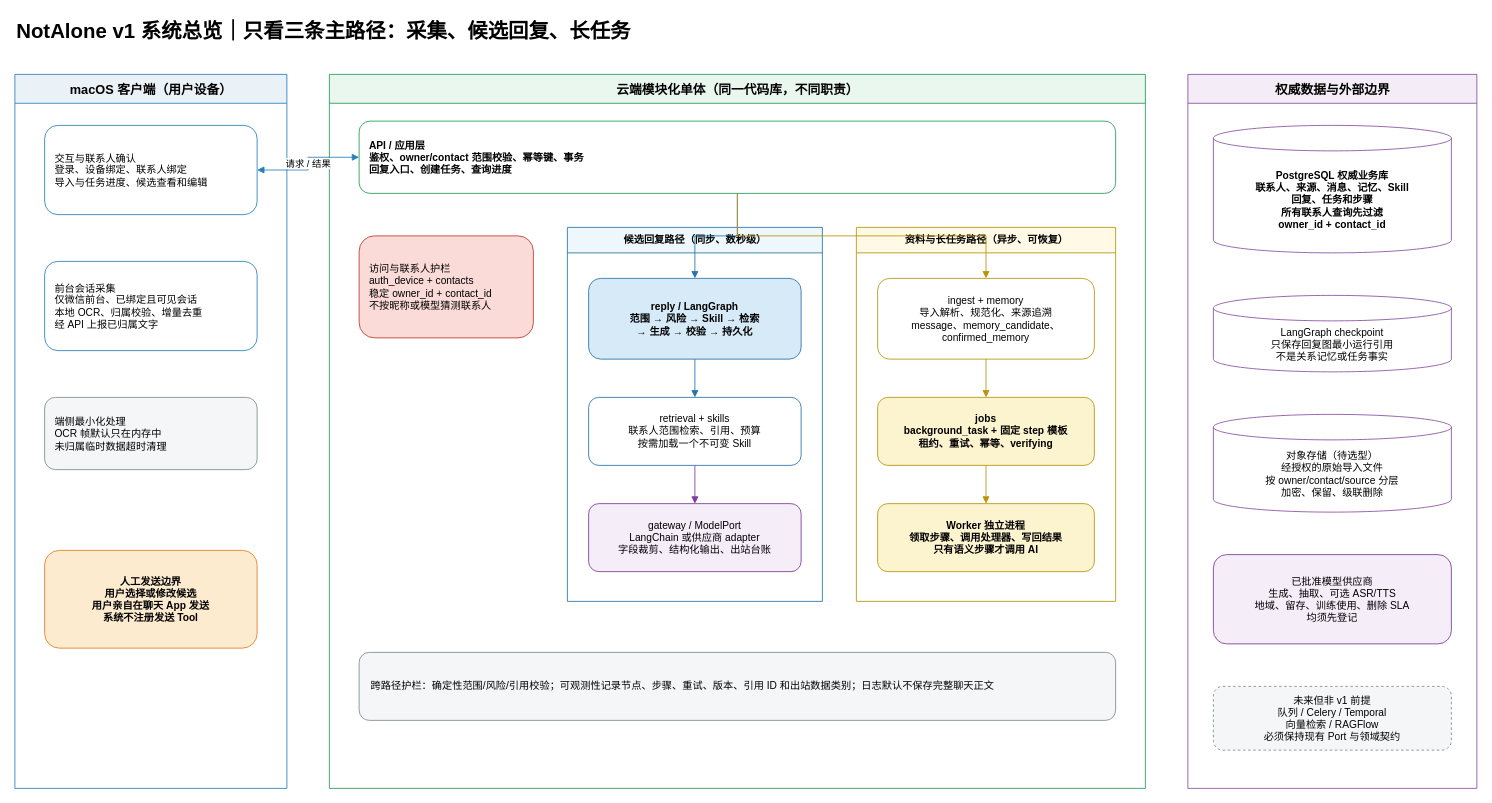
The draw.io diagram page "01-系统总览" (1 of 5) of architecture/notalone-system-architecture.drawio in Aqua-ava/NotAlone, before the edit. Source tidied: cells renumbered, new cells numbered last; positions are measured from the earlier drawing's top-left corner, leaving out a move shared by most shapes. Both pictures are drawn from the tidied source at 85%, with x=0, y=0 at pixel (14, 14).
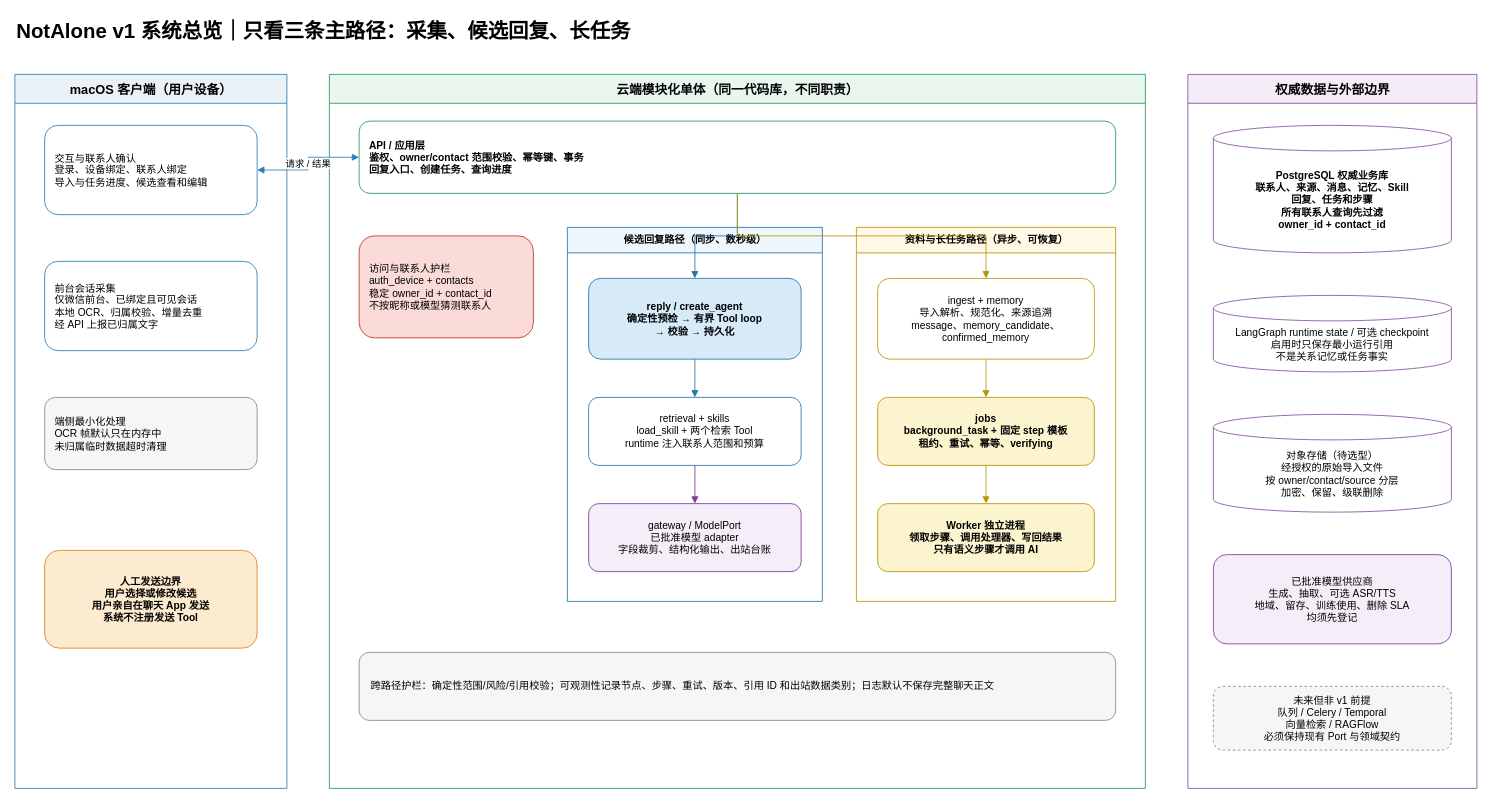
The same page after the edit.

Commit message (it also covers changes not shown here):
采用 create_agent 有界回复循环

Diff of the diagram source:
```diff
@@
-    <mxCell id="12" value="reply / LangGraph&#10;范围 → 风险 → Skill → 检索&#10;→ 生成 → 校验 → 持久化" style="rounded=1;whiteSpace=wrap;html=1;fillColor=#d6eaf8;strokeColor=#2874a6;fontStyle=1;" parent="1" vertex="1">
+    <mxCell id="12" value="reply / create_agent&#10;确定性预检 → 有界 Tool loop&#10;→ 校验 → 持久化" style="rounded=1;whiteSpace=wrap;html=1;fillColor=#d6eaf8;strokeColor=#2874a6;fontStyle=1;" parent="1" vertex="1">
       <mxGeometry x="675" y="310" width="250" height="95" as="geometry" />
     </mxCell>
-    <mxCell id="13" value="retrieval + skills&#10;联系人范围检索、引用、预算&#10;按需加载一个不可变 Skill" style="rounded=1;whiteSpace=wrap;html=1;fillColor=#ffffff;strokeColor=#2874a6;" parent="1" vertex="1">
+    <mxCell id="13" value="retrieval + skills&#10;load_skill + 两个检索 Tool&#10;runtime 注入联系人范围和预算" style="rounded=1;whiteSpace=wrap;html=1;fillColor=#ffffff;strokeColor=#2874a6;" parent="1" vertex="1">
       <mxGeometry x="675" y="450" width="250" height="80" as="geometry" />
     </mxCell>
-    <mxCell id="14" value="gateway / ModelPort&#10;LangChain 或供应商 adapter&#10;字段裁剪、结构化输出、出站台账" style="rounded=1;whiteSpace=wrap;html=1;fillColor=#f5eef8;strokeColor=#7d3c98;" parent="1" vertex="1">
+    <mxCell id="14" value="gateway / ModelPort&#10;已批准模型 adapter&#10;字段裁剪、结构化输出、出站台账" style="rounded=1;whiteSpace=wrap;html=1;fillColor=#f5eef8;strokeColor=#7d3c98;" parent="1" vertex="1">
       <mxGeometry x="675" y="575" width="250" height="80" as="geometry" />
     </mxCell>
@@
-    <mxCell id="22" value="LangGraph checkpoint&#10;只保存回复图最小运行引用&#10;不是关系记忆或任务事实" style="shape=cylinder3;whiteSpace=wrap;html=1;boundedLbl=1;backgroundOutline=1;size=15;fillColor=#ffffff;strokeColor=#884ea0;" parent="1" vertex="1">
+    <mxCell id="22" value="LangGraph runtime state / 可选 checkpoint&#10;启用时只保存最小运行引用&#10;不是关系记忆或任务事实" style="shape=cylinder3;whiteSpace=wrap;html=1;boundedLbl=1;backgroundOutline=1;size=15;fillColor=#ffffff;strokeColor=#884ea0;" parent="1" vertex="1">
       <mxGeometry x="1410" y="330" width="280" height="90" as="geometry" />
     </mxCell>
```
